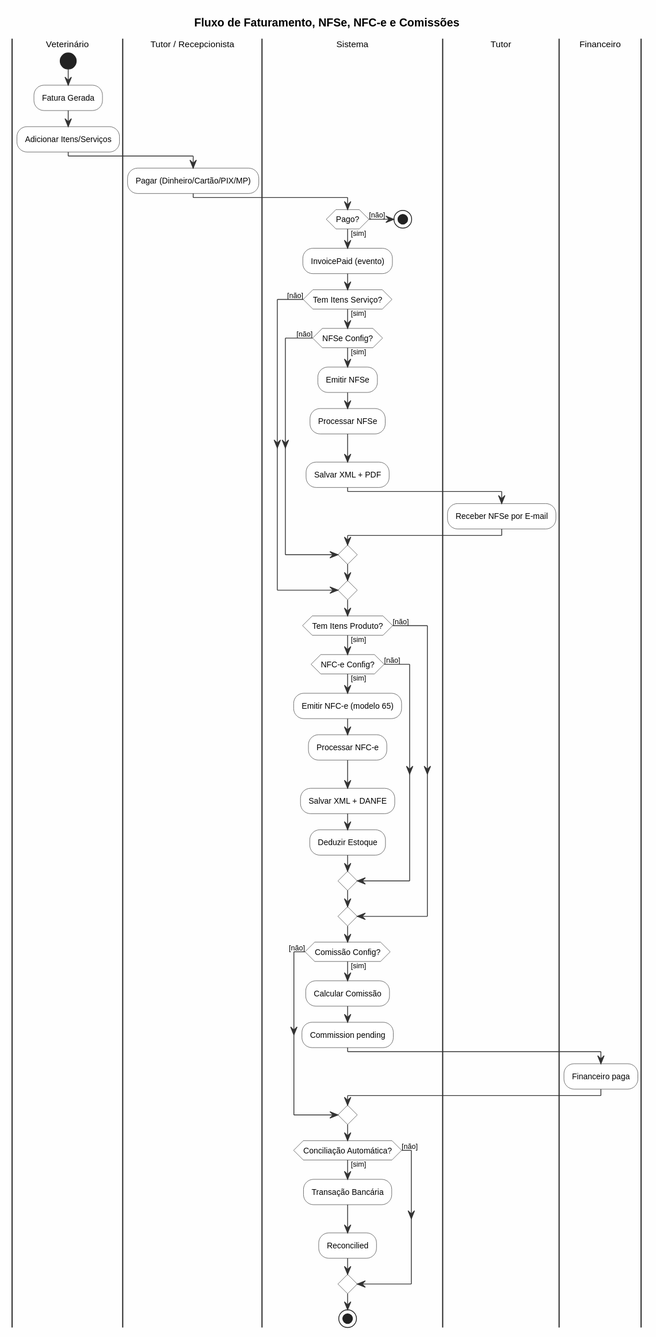
This is resources/docs/diagrams/15-fluxo-fatura.svg from hlmitecnologia/vetessence, a PlantUML export, as it was before one commit.
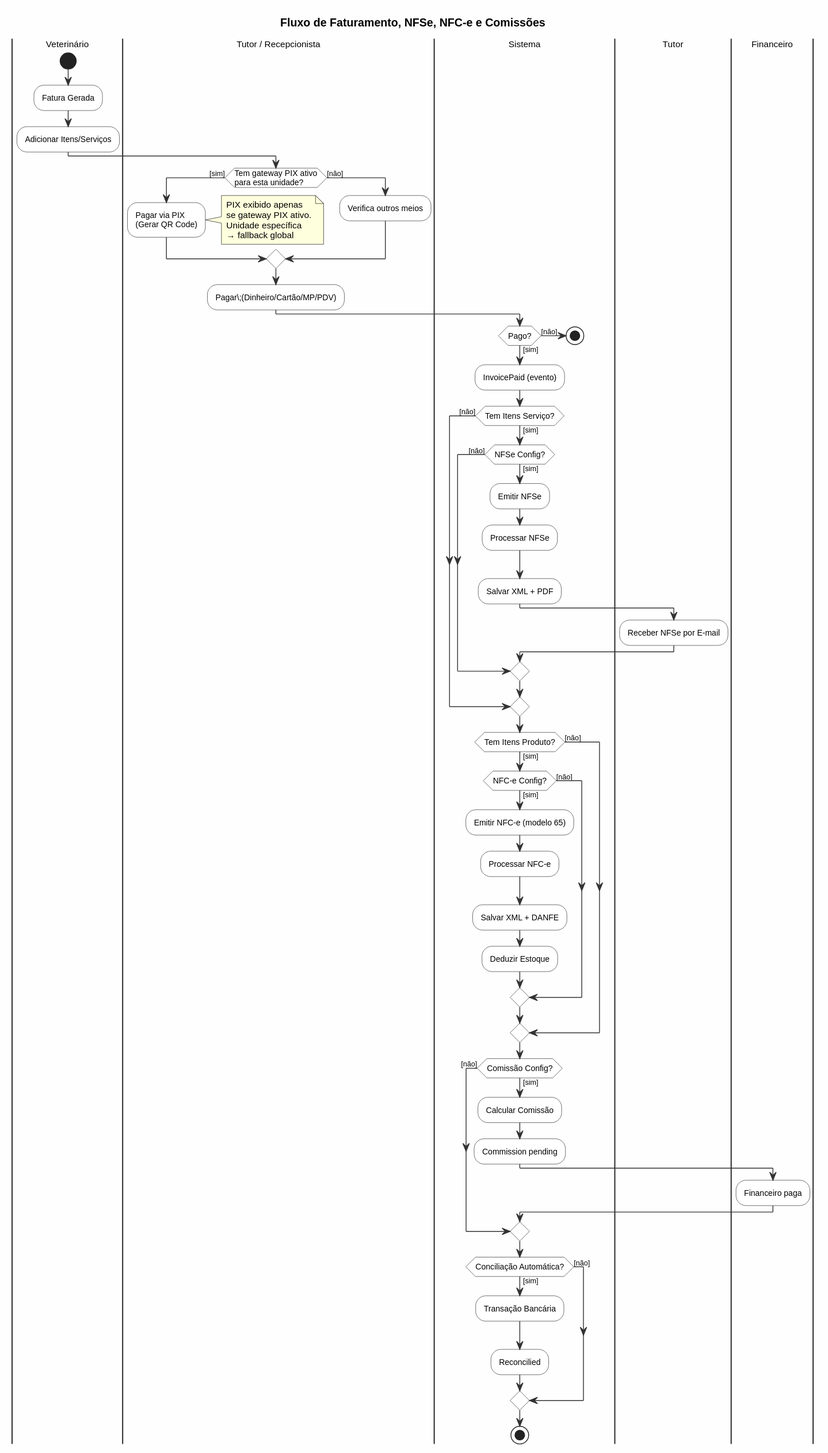
The same file after the commit.

Commit message:
Reativa Payer API Gateway e atualiza documentação

The edit, as a diff of the source:
```diff
@@ -9,7 +9,13 @@
 :Adicionar Itens/Serviços;
 
 |Tutor / Recepcionista|
-:Pagar (Dinheiro/Cartão/PIX/MP);
+if (Tem gateway PIX ativo\npara esta unidade?) then ([sim])
+  :Pagar via PIX\n(Gerar QR Code);
+  note right: PIX exibido apenas\nse gateway PIX ativo.\nUnidade específica\n→ fallback global
+else ([não])
+  :Verifica outros meios;
+endif
+:Pagar\;(Dinheiro/Cartão/MP/PDV);
 
 |Sistema|
 if (Pago?) then ([não])
```
